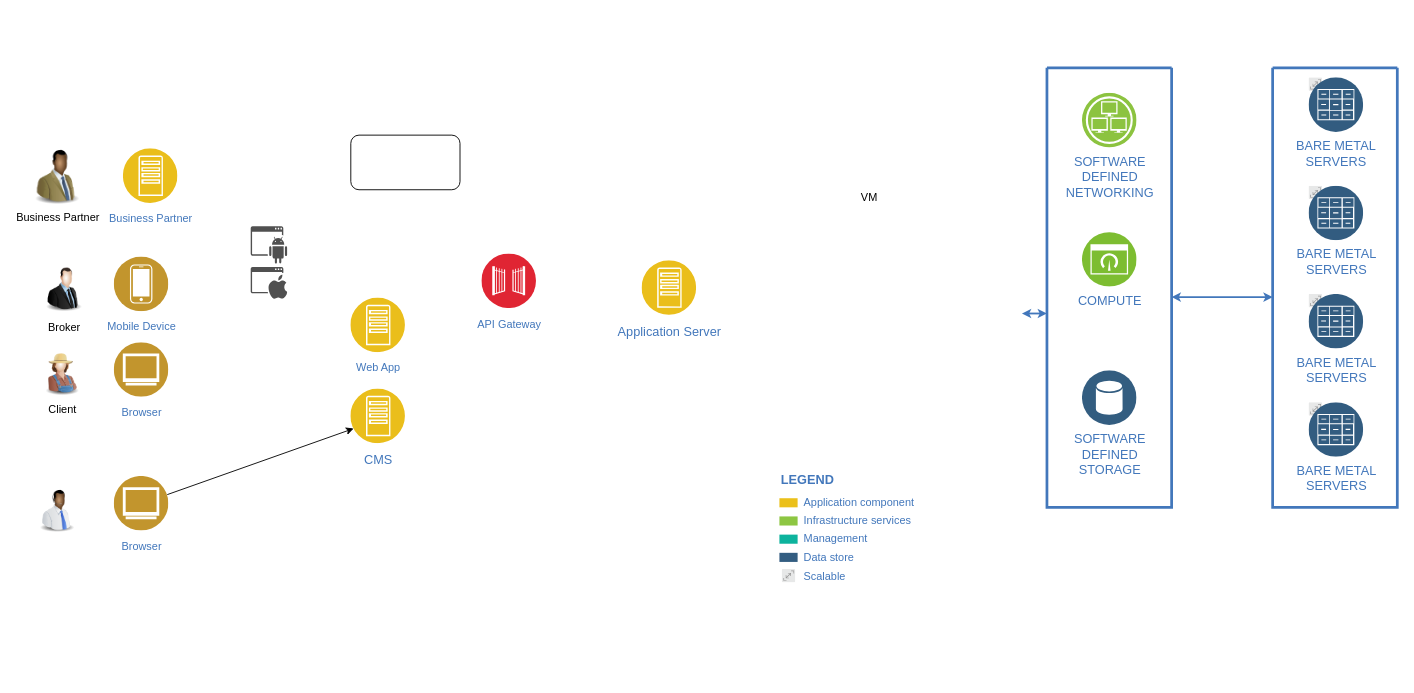
Above: Bravo_Architecture.drawio in whalebig27/change-request-process-diagram (draw.io), before the change. Source tidied: cells renumbered, new cells numbered last; positions are measured from the earlier drawing's top-left corner, leaving out a move shared by most shapes. Both pictures are drawn from the tidied source at 91%, with x=0, y=0 at pixel (27, 15).
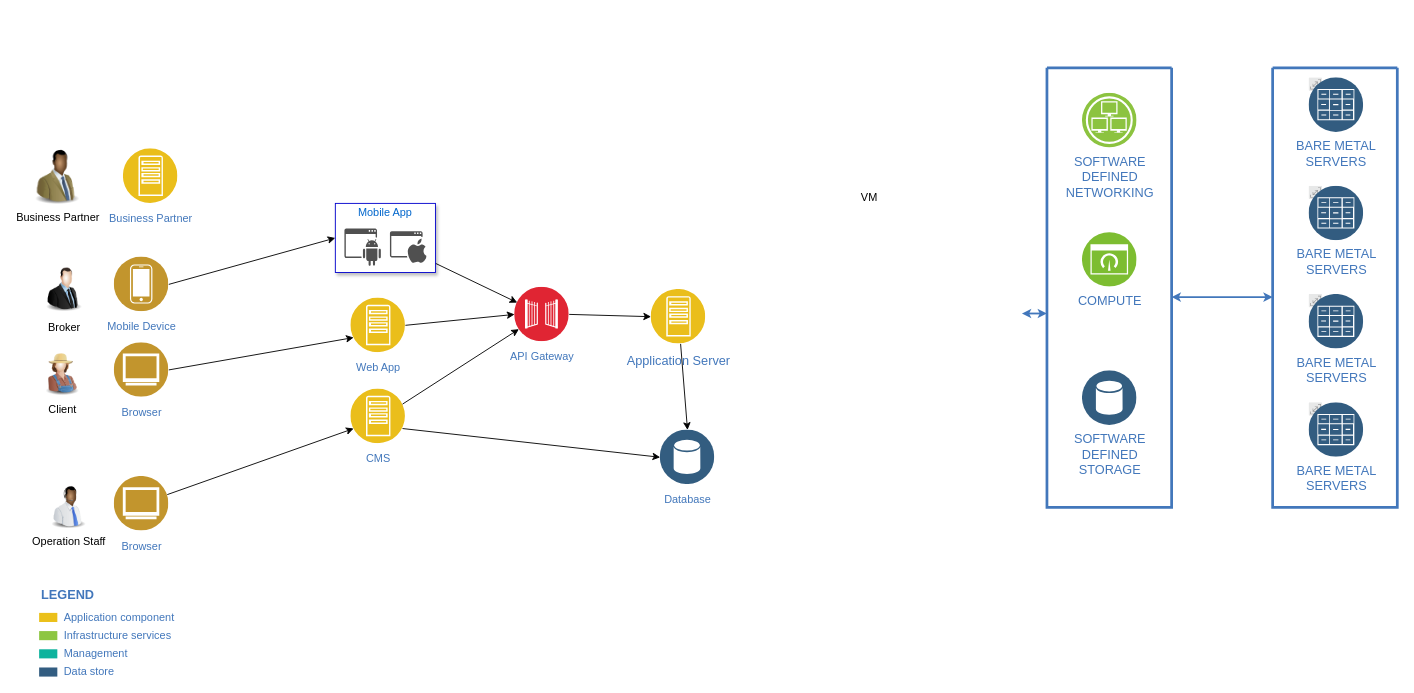
After the change.

Unchanged cells that the change refers to:
```xml
<mxCell id="30" value="Web App" style="perimeter=ellipsePerimeter;html=1;align=center;shadow=0;dashed=0;fontColor=#4277BB;labelBackgroundColor=#ffffff;fontSize=12;spacingTop=3;image;image=img/lib/ibm/applications/app_server.svg;" parent="1" vertex="1">
  <mxGeometry x="355" y="310" width="60" height="60" as="geometry" />
</mxCell>
<mxCell id="31" value="Mobile Device" style="perimeter=ellipsePerimeter;html=1;align=center;shadow=0;dashed=0;fontColor=#4277BB;labelBackgroundColor=#ffffff;fontSize=12;spacingTop=3;image;image=img/lib/ibm/users/device.svg;" parent="1" vertex="1">
  <mxGeometry x="95" y="265" width="60" height="60" as="geometry" />
</mxCell>
<mxCell id="40" value="Browser" style="perimeter=ellipsePerimeter;html=1;align=center;shadow=0;dashed=0;fontColor=#4277BB;labelBackgroundColor=#ffffff;fontSize=12;spacingTop=3;image;image=img/lib/ibm/users/browser.svg;" parent="1" vertex="1">
  <mxGeometry x="95" y="359" width="60" height="60" as="geometry" />
</mxCell>
```

Diff of the diagram source:
```diff
@@
-    <mxCell id="2" style="swimlane;shadow=0;strokeColor=none;fillColor=#ffffff;fontColor=#4277BB;align=right;startSize=0;strokeWidth=3;" parent="1" vertex="1">
+    <mxCell id="2" value="&#10;&#10;" style="swimlane;shadow=0;strokeColor=none;fillColor=#ffffff;fontColor=#4277BB;align=right;startSize=0;strokeWidth=3;" parent="1" vertex="1">
       <mxGeometry x="805" width="650" height="680" as="geometry" />
     </mxCell>
@@
-    <mxCell id="5" value="Application component" style="rounded=0;html=1;shadow=0;labelBackgroundColor=none;strokeColor=none;strokeWidth=2;fillColor=#EBC01A;gradientColor=none;fontSize=12;fontColor=#4277BB;align=left;labelPosition=right;verticalLabelPosition=middle;verticalAlign=middle;spacingLeft=5;" parent="2" vertex="1">
-      <mxGeometry x="21" y="530" width="20" height="10" as="geometry" />
-    </mxCell>
-    <mxCell id="6" value="Infrastructure services" style="rounded=0;html=1;shadow=0;labelBackgroundColor=none;strokeColor=none;strokeWidth=2;fillColor=#8DC642;gradientColor=none;fontSize=12;fontColor=#4277BB;align=left;labelPosition=right;verticalLabelPosition=middle;verticalAlign=middle;spacingLeft=5;" parent="2" vertex="1">
-      <mxGeometry x="21" y="550" width="20" height="10" as="geometry" />
-    </mxCell>
-    <mxCell id="7" value="Management" style="rounded=0;html=1;shadow=0;labelBackgroundColor=none;strokeColor=none;strokeWidth=2;fillColor=#0DB39D;gradientColor=none;fontSize=12;fontColor=#4277BB;align=left;labelPosition=right;verticalLabelPosition=middle;verticalAlign=middle;spacingLeft=5;" parent="2" vertex="1">
-      <mxGeometry x="21" y="570" width="20" height="10" as="geometry" />
-    </mxCell>
-    <mxCell id="8" value="Data store" style="rounded=0;html=1;shadow=0;labelBackgroundColor=none;strokeColor=none;strokeWidth=2;fillColor=#335D81;gradientColor=none;fontSize=12;fontColor=#4277BB;align=left;labelPosition=right;verticalLabelPosition=middle;verticalAlign=middle;spacingLeft=5;" parent="2" vertex="1">
-      <mxGeometry x="21" y="590" width="20" height="10" as="geometry" />
-    </mxCell>
-    <mxCell id="9" value="LEGEND" style="text;html=1;align=left;verticalAlign=middle;fontColor=#4277BB;shadow=0;dashed=0;strokeColor=none;fillColor=none;labelBackgroundColor=none;fontStyle=1;fontSize=14;spacingLeft=0;" parent="2" vertex="1">
-      <mxGeometry x="21" y="500" width="150" height="20" as="geometry" />
-    </mxCell>
@@
-    <mxCell id="27" value="Scalable" style="perimeter=ellipsePerimeter;html=1;align=left;shadow=0;image;image=img/lib/ibm/miscellaneous/scalable.svg;rounded=0;labelBackgroundColor=none;strokeColor=none;strokeWidth=2;fillColor=#335D81;gradientColor=none;fontSize=12;fontColor=#4277BB;verticalAlign=middle;spacingLeft=7;labelPosition=right;verticalLabelPosition=middle;" parent="2" vertex="1">
-      <mxGeometry x="24" y="608" width="15" height="15" as="geometry" />
-    </mxCell>
@@
-    <mxCell id="29" value="&lt;font style=&quot;font-size: 14px&quot;&gt;CMS&lt;/font&gt;" style="perimeter=ellipsePerimeter;html=1;align=center;shadow=0;dashed=0;fontColor=#4277BB;labelBackgroundColor=#ffffff;fontSize=12;spacingTop=3;image;image=img/lib/ibm/applications/app_server.svg;" parent="1" vertex="1">
+    <mxCell id="29" value="&lt;font style=&quot;font-size: 12px&quot;&gt;CMS&lt;/font&gt;" style="perimeter=ellipsePerimeter;html=1;align=center;shadow=0;dashed=0;fontColor=#4277BB;labelBackgroundColor=#ffffff;fontSize=12;spacingTop=3;image;image=img/lib/ibm/applications/app_server.svg;" parent="1" vertex="1">
       <mxGeometry x="355" y="410" width="60" height="60" as="geometry" />
     </mxCell>
@@
     <mxCell id="34" value="API Gateway" style="perimeter=ellipsePerimeter;html=1;align=center;shadow=0;dashed=0;fontColor=#4277BB;labelBackgroundColor=#ffffff;fontSize=12;spacingTop=3;image;image=img/lib/ibm/security/gateway.svg;" parent="1" vertex="1">
-      <mxGeometry x="499" y="261.5" width="60" height="60" as="geometry" />
+      <mxGeometry x="535" y="298" width="60" height="60" as="geometry" />
     </mxCell>
@@
-    <mxCell id="38" style="image;html=1;labelBackgroundColor=#ffffff;image=img/lib/clip_art/people/Telesales_Man_Black_128x128.png;" parent="1" vertex="1">
-      <mxGeometry x="2.5" y="520" width="60" height="48" as="geometry" />
+    <mxCell id="38" value="Operation Staff" style="image;html=1;labelBackgroundColor=#ffffff;image=img/lib/clip_art/people/Telesales_Man_Black_128x128.png;" parent="1" vertex="1">
+      <mxGeometry x="15" y="516" width="60" height="48" as="geometry" />
     </mxCell>
@@
+    <mxCell id="44" value="&lt;font style=&quot;font-size: 14px&quot;&gt;Application Server&lt;/font&gt;" style="perimeter=ellipsePerimeter;html=1;align=center;shadow=0;dashed=0;fontColor=#4277BB;labelBackgroundColor=#ffffff;fontSize=12;spacingTop=3;image;image=img/lib/ibm/applications/app_server.svg;" parent="1" vertex="1">
+      <mxGeometry x="685" y="300.5" width="60" height="60" as="geometry" />
+    </mxCell>
+    <mxCell id="45" style="rounded=0;jettySize=auto;html=1;exitX=1;exitY=0.5;exitDx=0;exitDy=0;entryX=0;entryY=0.5;entryDx=0;entryDy=0;" parent="1" edge="1" source="31" target="56">
+      <mxGeometry relative="1" as="geometry" />
+    </mxCell>
+    <mxCell id="46" style="rounded=0;jettySize=auto;html=1;entryX=0;entryY=0.75;entryDx=0;entryDy=0;exitX=1;exitY=0.5;exitDx=0;exitDy=0;" parent="1" edge="1" source="40" target="30">
+      <mxGeometry relative="1" as="geometry" />
+    </mxCell>
+    <mxCell id="47" style="rounded=0;jettySize=auto;html=1;" parent="1" edge="1" target="34">
+      <mxGeometry relative="1" as="geometry">
+        <mxPoint x="415" y="256" as="sourcePoint" />
+      </mxGeometry>
+    </mxCell>
+    <mxCell id="48" style="rounded=0;jettySize=auto;html=1;entryX=0;entryY=0.5;entryDx=0;entryDy=0;exitX=1;exitY=0.5;exitDx=0;exitDy=0;" parent="1" edge="1" source="30" target="34">
+      <mxGeometry relative="1" as="geometry" />
+    </mxCell>
+    <mxCell id="49" style="rounded=0;jettySize=auto;html=1;exitX=1;exitY=0.25;exitDx=0;exitDy=0;" parent="1" edge="1" source="29" target="34">
+      <mxGeometry relative="1" as="geometry" />
+    </mxCell>
+    <mxCell id="50" style="rounded=0;jettySize=auto;html=1;entryX=0;entryY=0.5;entryDx=0;entryDy=0;exitX=1;exitY=0.5;exitDx=0;exitDy=0;" parent="1" edge="1" source="34" target="44">
+      <mxGeometry relative="1" as="geometry" />
+    </mxCell>
+    <mxCell id="51" value="Database" style="perimeter=ellipsePerimeter;html=1;align=center;shadow=0;dashed=0;fontColor=#4277BB;labelBackgroundColor=#ffffff;fontSize=12;spacingTop=3;image;image=img/lib/ibm/data/data_services.svg;strokeColor=#0000CC;strokeWidth=1;" parent="1" vertex="1">
+      <mxGeometry x="695" y="455" width="60" height="60" as="geometry" />
+    </mxCell>
+    <mxCell id="52" style="rounded=0;jettySize=auto;html=1;exitX=1;exitY=0.75;exitDx=0;exitDy=0;entryX=0;entryY=0.5;entryDx=0;entryDy=0;" parent="1" edge="1" source="29" target="51">
+      <mxGeometry relative="1" as="geometry" />
+    </mxCell>
+    <mxCell id="53" style="rounded=0;jettySize=auto;html=1;entryX=0.5;entryY=0;entryDx=0;entryDy=0;" parent="1" edge="1" source="44" target="51">
+      <mxGeometry relative="1" as="geometry" />
+    </mxCell>
+    <mxCell id="5" value="Application component" style="rounded=0;html=1;shadow=0;labelBackgroundColor=none;strokeColor=none;strokeWidth=2;fillColor=#EBC01A;gradientColor=none;fontSize=12;fontColor=#4277BB;align=left;labelPosition=right;verticalLabelPosition=middle;verticalAlign=middle;spacingLeft=5;" parent="1" vertex="1">
+      <mxGeometry x="12.5" y="656" width="20" height="10" as="geometry" />
+    </mxCell>
+    <mxCell id="6" value="Infrastructure services" style="rounded=0;html=1;shadow=0;labelBackgroundColor=none;strokeColor=none;strokeWidth=2;fillColor=#8DC642;gradientColor=none;fontSize=12;fontColor=#4277BB;align=left;labelPosition=right;verticalLabelPosition=middle;verticalAlign=middle;spacingLeft=5;" parent="1" vertex="1">
+      <mxGeometry x="12.5" y="676" width="20" height="10" as="geometry" />
+    </mxCell>
+    <mxCell id="7" value="Management" style="rounded=0;html=1;shadow=0;labelBackgroundColor=none;strokeColor=none;strokeWidth=2;fillColor=#0DB39D;gradientColor=none;fontSize=12;fontColor=#4277BB;align=left;labelPosition=right;verticalLabelPosition=middle;verticalAlign=middle;spacingLeft=5;" parent="1" vertex="1">
+      <mxGeometry x="12.5" y="696" width="20" height="10" as="geometry" />
+    </mxCell>
+    <mxCell id="8" value="Data store" style="rounded=0;html=1;shadow=0;labelBackgroundColor=none;strokeColor=none;strokeWidth=2;fillColor=#335D81;gradientColor=none;fontSize=12;fontColor=#4277BB;align=left;labelPosition=right;verticalLabelPosition=middle;verticalAlign=middle;spacingLeft=5;" parent="1" vertex="1">
+      <mxGeometry x="12.5" y="716" width="20" height="10" as="geometry" />
+    </mxCell>
+    <mxCell id="9" value="LEGEND" style="text;html=1;align=left;verticalAlign=middle;fontColor=#4277BB;shadow=0;dashed=0;strokeColor=none;fillColor=none;labelBackgroundColor=none;fontStyle=1;fontSize=14;spacingLeft=0;" parent="1" vertex="1">
+      <mxGeometry x="12.5" y="626" width="150" height="20" as="geometry" />
+    </mxCell>
+    <mxCell id="54" style="group;" parent="1" vertex="1">
+      <mxGeometry x="338" y="206" width="110" height="76" as="geometry" />
+    </mxCell>
+    <mxCell id="55" style="group;shadow=1;" parent="54" vertex="1">
+      <mxGeometry width="110" height="76" as="geometry" />
+    </mxCell>
+    <mxCell id="56" style="rounded=0;whiteSpace=wrap;html=1;shadow=1;strokeColor=#0000CC;strokeWidth=1;" parent="55" vertex="1">
+      <mxGeometry width="110" height="76" as="geometry" />
+    </mxCell>
-    <mxCell id="41" style="shadow=0;dashed=0;html=1;strokeColor=none;fillColor=#505050;labelPosition=center;verticalLabelPosition=bottom;verticalAlign=top;align=center;shape=mxgraph.office.concepts.application_android;" parent="1" vertex="1">
-      <mxGeometry x="245" y="231" width="40" height="41" as="geometry" />
+    <mxCell id="41" style="shadow=0;dashed=0;html=1;strokeColor=none;fillColor=#505050;labelPosition=center;verticalLabelPosition=bottom;verticalAlign=top;align=center;shape=mxgraph.office.concepts.application_android;" parent="55" vertex="1">
+      <mxGeometry x="10" y="27.5" width="40" height="41" as="geometry" />
     </mxCell>
-    <mxCell id="42" style="shadow=0;dashed=0;html=1;strokeColor=none;fillColor=#505050;labelPosition=center;verticalLabelPosition=bottom;verticalAlign=top;align=center;shape=mxgraph.office.concepts.application_ios;" parent="1" vertex="1">
-      <mxGeometry x="245" y="276" width="40" height="35" as="geometry" />
+    <mxCell id="42" style="shadow=0;dashed=0;html=1;strokeColor=none;fillColor=#505050;labelPosition=center;verticalLabelPosition=bottom;verticalAlign=top;align=center;shape=mxgraph.office.concepts.application_ios;" parent="55" vertex="1">
+      <mxGeometry x="60" y="30.5" width="40" height="35" as="geometry" />
     </mxCell>
-    <mxCell id="43" style="rounded=1;whiteSpace=wrap;html=1;" parent="1" vertex="1">
-      <mxGeometry x="355" y="131" width="120" height="60" as="geometry" />
-    </mxCell>
-    <mxCell id="44" value="&lt;font style=&quot;font-size: 14px&quot;&gt;Application Server&lt;/font&gt;" style="perimeter=ellipsePerimeter;html=1;align=center;shadow=0;dashed=0;fontColor=#4277BB;labelBackgroundColor=#ffffff;fontSize=12;spacingTop=3;image;image=img/lib/ibm/applications/app_server.svg;" parent="1" vertex="1">
-      <mxGeometry x="675" y="269" width="60" height="60" as="geometry" />
-    </mxCell>
+    <mxCell id="57" value="Mobile App" style="text;html=1;strokeColor=none;fillColor=none;align=center;verticalAlign=middle;whiteSpace=wrap;rounded=0;shadow=1;fontColor=#0066CC;" parent="55" vertex="1">
+      <mxGeometry x="15" width="80" height="20" as="geometry" />
+    </mxCell>
```
